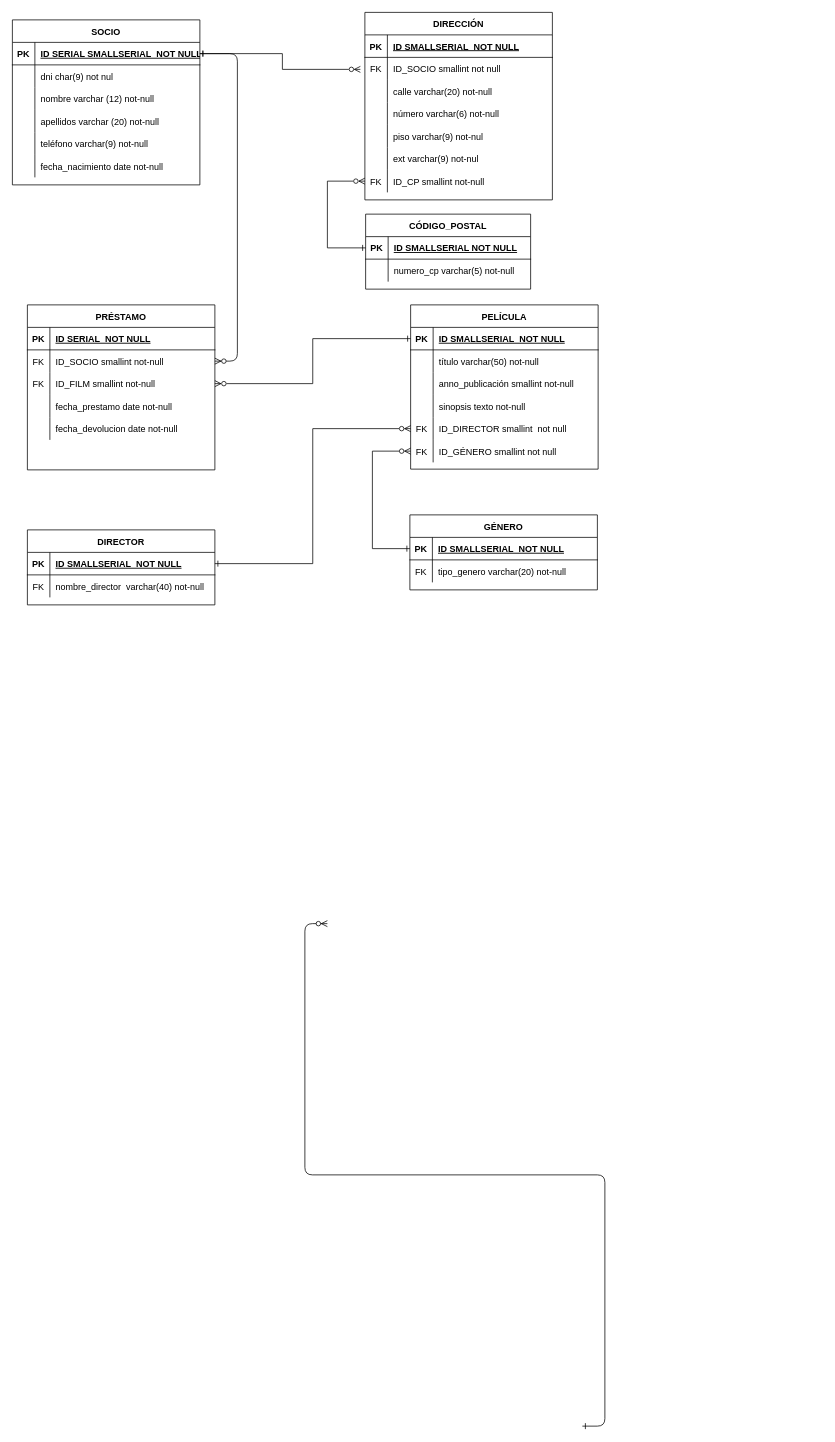
Darrlop/SQL-y-Modelado-De-Datos keeps this draw.io diagram as videoclub.drawio. Above is the earlier version. Source tidied: cells renumbered, new cells numbered last; positions are measured from the earlier drawing's top-left corner, leaving out a move shared by most shapes. Both pictures are drawn from the tidied source at 75%, with x=0, y=0 at pixel (12, 12).
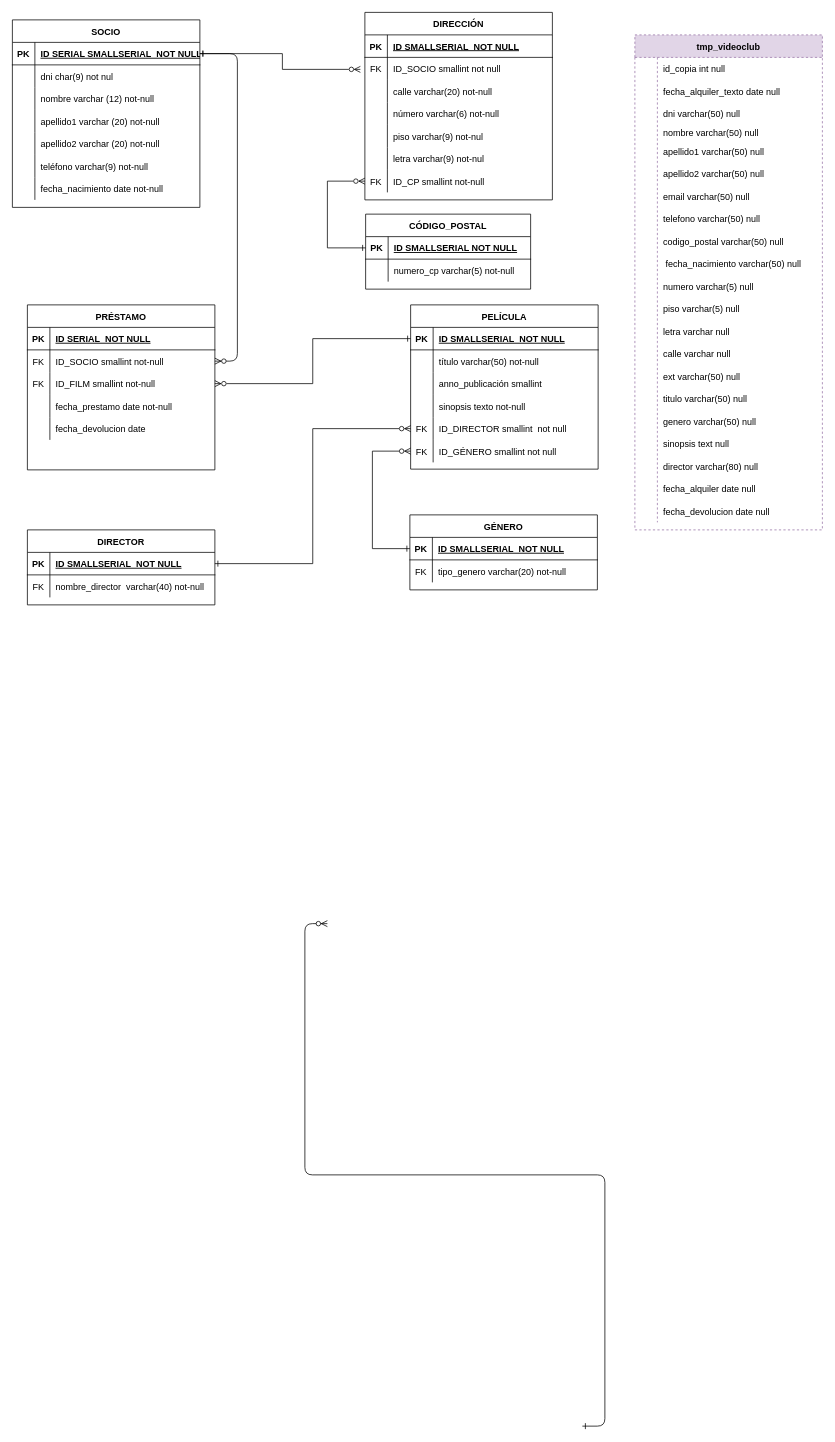
The same diagram, later.

Commit message:
Diagrama versión final

The change refers to these unchanged cells:
```xml
<mxCell id="13" style="shape=partialRectangle;fillColor=none;top=0;left=0;right=0;bottom=0;" parent="3" vertex="1">
  <mxGeometry y="120" width="250" height="30" as="geometry" />
</mxCell>
<mxCell id="38" style="shape=partialRectangle;fillColor=none;top=0;left=0;right=0;bottom=0;" parent="22" vertex="1">
  <mxGeometry y="180" width="250" height="30" as="geometry" />
</mxCell>
<mxCell id="51" style="shape=partialRectangle;fillColor=none;top=0;left=0;right=0;bottom=0;" parent="44" vertex="1">
  <mxGeometry y="90" width="250" height="30" as="geometry" />
</mxCell>
<mxCell id="76" style="shape=partialRectangle;fillColor=none;top=0;left=0;right=0;bottom=0;" parent="63" vertex="1">
  <mxGeometry y="150" width="250" height="30" as="geometry" />
</mxCell>
```

Change to the diagram source:
```diff
@@
     <mxCell id="3" value="SOCIO" style="shape=table;startSize=30;childLayout=tableLayout;rowLines=0;fontStyle=1;align=center;" parent="1" vertex="1">
-      <mxGeometry y="10" width="250" height="220" as="geometry" />
+      <mxGeometry y="10" width="250" height="250" as="geometry" />
     </mxCell>
@@
-    <mxCell id="15" value="apellidos varchar (20)  not-null" style="shape=partialRectangle;overflow=hidden;fillColor=none;top=0;left=0;bottom=0;right=0;align=left;spacingLeft=6;" parent="13" vertex="1">
+    <mxCell id="15" value="apellido1 varchar (20)  not-null" style="shape=partialRectangle;overflow=hidden;fillColor=none;top=0;left=0;bottom=0;right=0;align=left;spacingLeft=6;" parent="13" vertex="1">
       <mxGeometry x="30" width="220" height="30" as="geometry" />
     </mxCell>
+    <mxCell id="106" style="shape=partialRectangle;fillColor=none;top=0;left=0;right=0;bottom=0;" parent="3" vertex="1">
+      <mxGeometry y="150" width="250" height="30" as="geometry" />
+    </mxCell>
+    <mxCell id="107" style="shape=partialRectangle;overflow=hidden;fillColor=none;top=0;left=0;bottom=0;right=0;" parent="106" vertex="1">
+      <mxGeometry width="30" height="30" as="geometry" />
+    </mxCell>
+    <mxCell id="108" value="apellido2 varchar (20)  not-null" style="shape=partialRectangle;overflow=hidden;fillColor=none;top=0;left=0;bottom=0;right=0;align=left;spacingLeft=6;" parent="106" vertex="1">
+      <mxGeometry x="30" width="220" height="30" as="geometry" />
+    </mxCell>
     <mxCell id="16" style="shape=partialRectangle;fillColor=none;top=0;left=0;right=0;bottom=0;" parent="3" vertex="1">
-      <mxGeometry y="150" width="250" height="30" as="geometry" />
+      <mxGeometry y="180" width="250" height="30" as="geometry" />
     </mxCell>
@@
     <mxCell id="19" style="shape=partialRectangle;fillColor=none;top=0;left=0;right=0;bottom=0;" parent="3" vertex="1">
-      <mxGeometry y="180" width="250" height="30" as="geometry" />
+      <mxGeometry y="210" width="250" height="30" as="geometry" />
     </mxCell>
@@
-    <mxCell id="40" value="ext varchar(9) not-nul" style="shape=partialRectangle;overflow=hidden;fillColor=none;top=0;left=0;bottom=0;right=0;align=left;spacingLeft=6;" parent="38" vertex="1">
+    <mxCell id="40" value="letra varchar(9) not-nul" style="shape=partialRectangle;overflow=hidden;fillColor=none;top=0;left=0;bottom=0;right=0;align=left;spacingLeft=6;" parent="38" vertex="1">
       <mxGeometry x="30" width="220" height="30" as="geometry" />
     </mxCell>
@@
-    <mxCell id="53" value="anno_publicación smallint not-null" style="shape=partialRectangle;overflow=hidden;fillColor=none;top=0;left=0;bottom=0;right=0;align=left;spacingLeft=6;" parent="51" vertex="1">
+    <mxCell id="53" value="anno_publicación smallint" style="shape=partialRectangle;overflow=hidden;fillColor=none;top=0;left=0;bottom=0;right=0;align=left;spacingLeft=6;" parent="51" vertex="1">
       <mxGeometry x="30" width="220" height="30" as="geometry" />
     </mxCell>
@@
-    <mxCell id="78" value="fecha_devolucion date not-null" style="shape=partialRectangle;overflow=hidden;fillColor=none;top=0;left=0;bottom=0;right=0;align=left;spacingLeft=6;" parent="76" vertex="1">
+    <mxCell id="78" value="fecha_devolucion date" style="shape=partialRectangle;overflow=hidden;fillColor=none;top=0;left=0;bottom=0;right=0;align=left;spacingLeft=6;" parent="76" vertex="1">
       <mxGeometry x="30" width="220" height="30" as="geometry" />
     </mxCell>
@@
+    <mxCell id="109" value="tmp_videoclub" style="shape=table;startSize=30;childLayout=tableLayout;rowLines=0;fontStyle=1;align=center;fillColor=#e1d5e7;strokeColor=#9673a6;dashed=1;" parent="1" vertex="1">
+      <mxGeometry x="830" y="30" width="250" height="660" as="geometry" />
+    </mxCell>
+    <mxCell id="110" style="shape=partialRectangle;fillColor=none;top=0;left=0;right=0;bottom=0;" parent="109" vertex="1">
+      <mxGeometry y="30" width="250" height="30" as="geometry" />
+    </mxCell>
+    <mxCell id="111" style="shape=partialRectangle;overflow=hidden;fillColor=none;top=0;left=0;bottom=0;right=0;" parent="110" vertex="1">
+      <mxGeometry width="30" height="30" as="geometry" />
+    </mxCell>
+    <mxCell id="112" value="id_copia int null" style="shape=partialRectangle;overflow=hidden;fillColor=none;top=0;left=0;bottom=0;right=0;align=left;spacingLeft=6;" parent="110" vertex="1">
+      <mxGeometry x="30" width="220" height="30" as="geometry" />
+    </mxCell>
+    <mxCell id="113" style="shape=partialRectangle;fillColor=none;top=0;left=0;right=0;bottom=0;" parent="109" vertex="1">
+      <mxGeometry y="60" width="250" height="30" as="geometry" />
+    </mxCell>
+    <mxCell id="114" value=" " style="shape=partialRectangle;overflow=hidden;fillColor=none;top=0;left=0;bottom=0;right=0;" parent="113" vertex="1">
+      <mxGeometry width="30" height="30" as="geometry" />
+    </mxCell>
+    <mxCell id="115" value="fecha_alquiler_texto date null" style="shape=partialRectangle;overflow=hidden;fillColor=none;top=0;left=0;bottom=0;right=0;align=left;spacingLeft=6;" parent="113" vertex="1">
+      <mxGeometry x="30" width="220" height="30" as="geometry" />
+    </mxCell>
+    <mxCell id="116" style="shape=partialRectangle;fillColor=none;top=0;left=0;right=0;bottom=0;" parent="109" vertex="1">
+      <mxGeometry y="90" width="250" height="30" as="geometry" />
+    </mxCell>
+    <mxCell id="117" style="shape=partialRectangle;overflow=hidden;fillColor=none;top=0;left=0;bottom=0;right=0;" parent="116" vertex="1">
+      <mxGeometry width="30" height="30" as="geometry" />
+    </mxCell>
+    <mxCell id="118" value="dni varchar(50) null" style="shape=partialRectangle;overflow=hidden;fillColor=none;top=0;left=0;bottom=0;right=0;align=left;spacingLeft=6;" parent="116" vertex="1">
+      <mxGeometry x="30" width="220" height="30" as="geometry" />
+    </mxCell>
+    <mxCell id="119" style="shape=partialRectangle;fillColor=none;top=0;left=0;right=0;bottom=0;" parent="109" vertex="1">
+      <mxGeometry y="120" width="250" height="20" as="geometry" />
+    </mxCell>
+    <mxCell id="120" style="shape=partialRectangle;overflow=hidden;fillColor=none;top=0;left=0;bottom=0;right=0;" parent="119" vertex="1">
+      <mxGeometry width="30" height="20" as="geometry" />
+    </mxCell>
+    <mxCell id="121" value="nombre varchar(50) null" style="shape=partialRectangle;overflow=hidden;fillColor=none;top=0;left=0;bottom=0;right=0;align=left;spacingLeft=6;" parent="119" vertex="1">
+      <mxGeometry x="30" width="220" height="20" as="geometry" />
+    </mxCell>
+    <mxCell id="122" style="shape=partialRectangle;fillColor=none;top=0;left=0;right=0;bottom=0;" parent="109" vertex="1">
+      <mxGeometry y="140" width="250" height="30" as="geometry" />
+    </mxCell>
+    <mxCell id="123" style="shape=partialRectangle;overflow=hidden;fillColor=none;top=0;left=0;bottom=0;right=0;" parent="122" vertex="1">
+      <mxGeometry width="30" height="30" as="geometry" />
+    </mxCell>
+    <mxCell id="124" value="apellido1 varchar(50) null" style="shape=partialRectangle;overflow=hidden;fillColor=none;top=0;left=0;bottom=0;right=0;align=left;spacingLeft=6;" parent="122" vertex="1">
+      <mxGeometry x="30" width="220" height="30" as="geometry" />
+    </mxCell>
+    <mxCell id="125" style="shape=partialRectangle;fillColor=none;top=0;left=0;right=0;bottom=0;" parent="109" vertex="1">
+      <mxGeometry y="170" width="250" height="30" as="geometry" />
+    </mxCell>
+    <mxCell id="126" style="shape=partialRectangle;overflow=hidden;fillColor=none;top=0;left=0;bottom=0;right=0;" parent="125" vertex="1">
+      <mxGeometry width="30" height="30" as="geometry" />
+    </mxCell>
+    <mxCell id="127" value="apellido2 varchar(50) null" style="shape=partialRectangle;overflow=hidden;fillColor=none;top=0;left=0;bottom=0;right=0;align=left;spacingLeft=6;" parent="125" vertex="1">
+      <mxGeometry x="30" width="220" height="30" as="geometry" />
+    </mxCell>
+    <mxCell id="128" style="shape=partialRectangle;fillColor=none;top=0;left=0;right=0;bottom=0;" parent="109" vertex="1">
+      <mxGeometry y="200" width="250" height="30" as="geometry" />
+    </mxCell>
+    <mxCell id="129" style="shape=partialRectangle;overflow=hidden;fillColor=none;top=0;left=0;bottom=0;right=0;" parent="128" vertex="1">
+      <mxGeometry width="30" height="30" as="geometry" />
+    </mxCell>
+    <mxCell id="130" value="email varchar(50) null" style="shape=partialRectangle;overflow=hidden;fillColor=none;top=0;left=0;bottom=0;right=0;align=left;spacingLeft=6;" parent="128" vertex="1">
+      <mxGeometry x="30" width="220" height="30" as="geometry" />
+    </mxCell>
+    <mxCell id="131" style="shape=partialRectangle;fillColor=none;top=0;left=0;right=0;bottom=0;" parent="109" vertex="1">
+      <mxGeometry y="230" width="250" height="30" as="geometry" />
+    </mxCell>
+    <mxCell id="132" style="shape=partialRectangle;overflow=hidden;fillColor=none;top=0;left=0;bottom=0;right=0;" parent="131" vertex="1">
+      <mxGeometry width="30" height="30" as="geometry" />
+    </mxCell>
+    <mxCell id="133" value="telefono varchar(50) null" style="shape=partialRectangle;overflow=hidden;fillColor=none;top=0;left=0;bottom=0;right=0;align=left;spacingLeft=6;" parent="131" vertex="1">
+      <mxGeometry x="30" width="220" height="30" as="geometry" />
+    </mxCell>
+    <mxCell id="134" style="shape=partialRectangle;fillColor=none;top=0;left=0;right=0;bottom=0;" parent="109" vertex="1">
+      <mxGeometry y="260" width="250" height="30" as="geometry" />
+    </mxCell>
+    <mxCell id="135" style="shape=partialRectangle;overflow=hidden;fillColor=none;top=0;left=0;bottom=0;right=0;" parent="134" vertex="1">
+      <mxGeometry width="30" height="30" as="geometry" />
+    </mxCell>
+    <mxCell id="136" value="codigo_postal varchar(50) null" style="shape=partialRectangle;overflow=hidden;fillColor=none;top=0;left=0;bottom=0;right=0;align=left;spacingLeft=6;" parent="134" vertex="1">
+      <mxGeometry x="30" width="220" height="30" as="geometry" />
+    </mxCell>
+    <mxCell id="137" style="shape=partialRectangle;fillColor=none;top=0;left=0;right=0;bottom=0;" parent="109" vertex="1">
+      <mxGeometry y="290" width="250" height="30" as="geometry" />
+    </mxCell>
+    <mxCell id="138" style="shape=partialRectangle;overflow=hidden;fillColor=none;top=0;left=0;bottom=0;right=0;" parent="137" vertex="1">
+      <mxGeometry width="30" height="30" as="geometry" />
+    </mxCell>
+    <mxCell id="139" value=" fecha_nacimiento varchar(50) null" style="shape=partialRectangle;overflow=hidden;fillColor=none;top=0;left=0;bottom=0;right=0;align=left;spacingLeft=6;" parent="137" vertex="1">
+      <mxGeometry x="30" width="220" height="30" as="geometry" />
+    </mxCell>
+    <mxCell id="140" style="shape=partialRectangle;fillColor=none;top=0;left=0;right=0;bottom=0;" parent="109" vertex="1">
+      <mxGeometry y="320" width="250" height="30" as="geometry" />
+    </mxCell>
+    <mxCell id="141" style="shape=partialRectangle;overflow=hidden;fillColor=none;top=0;left=0;bottom=0;right=0;" parent="140" vertex="1">
+      <mxGeometry width="30" height="30" as="geometry" />
+    </mxCell>
+    <mxCell id="142" value="numero varchar(5) null" style="shape=partialRectangle;overflow=hidden;fillColor=none;top=0;left=0;bottom=0;right=0;align=left;spacingLeft=6;" parent="140" vertex="1">
+      <mxGeometry x="30" width="220" height="30" as="geometry" />
+    </mxCell>
+    <mxCell id="143" style="shape=partialRectangle;fillColor=none;top=0;left=0;right=0;bottom=0;" parent="109" vertex="1">
+      <mxGeometry y="350" width="250" height="30" as="geometry" />
+    </mxCell>
+    <mxCell id="144" style="shape=partialRectangle;overflow=hidden;fillColor=none;top=0;left=0;bottom=0;right=0;" parent="143" vertex="1">
+      <mxGeometry width="30" height="30" as="geometry" />
+    </mxCell>
+    <mxCell id="145" value="piso varchar(5) null" style="shape=partialRectangle;overflow=hidden;fillColor=none;top=0;left=0;bottom=0;right=0;align=left;spacingLeft=6;" parent="143" vertex="1">
+      <mxGeometry x="30" width="220" height="30" as="geometry" />
+    </mxCell>
+    <mxCell id="146" style="shape=partialRectangle;fillColor=none;top=0;left=0;right=0;bottom=0;" parent="109" vertex="1">
+      <mxGeometry y="380" width="250" height="30" as="geometry" />
+    </mxCell>
+    <mxCell id="147" style="shape=partialRectangle;overflow=hidden;fillColor=none;top=0;left=0;bottom=0;right=0;" parent="146" vertex="1">
+      <mxGeometry width="30" height="30" as="geometry" />
+    </mxCell>
+    <mxCell id="148" value="letra varchar null" style="shape=partialRectangle;overflow=hidden;fillColor=none;top=0;left=0;bottom=0;right=0;align=left;spacingLeft=6;" parent="146" vertex="1">
+      <mxGeometry x="30" width="220" height="30" as="geometry" />
+    </mxCell>
+    <mxCell id="149" style="shape=partialRectangle;fillColor=none;top=0;left=0;right=0;bottom=0;" parent="109" vertex="1">
+      <mxGeometry y="410" width="250" height="30" as="geometry" />
+    </mxCell>
+    <mxCell id="150" style="shape=partialRectangle;overflow=hidden;fillColor=none;top=0;left=0;bottom=0;right=0;" parent="149" vertex="1">
+      <mxGeometry width="30" height="30" as="geometry" />
+    </mxCell>
+    <mxCell id="151" value="calle varchar null" style="shape=partialRectangle;overflow=hidden;fillColor=none;top=0;left=0;bottom=0;right=0;align=left;spacingLeft=6;" parent="149" vertex="1">
+      <mxGeometry x="30" width="220" height="30" as="geometry" />
+    </mxCell>
+    <mxCell id="152" style="shape=partialRectangle;fillColor=none;top=0;left=0;right=0;bottom=0;" parent="109" vertex="1">
+      <mxGeometry y="440" width="250" height="30" as="geometry" />
+    </mxCell>
+    <mxCell id="153" style="shape=partialRectangle;overflow=hidden;fillColor=none;top=0;left=0;bottom=0;right=0;" parent="152" vertex="1">
+      <mxGeometry width="30" height="30" as="geometry" />
+    </mxCell>
+    <mxCell id="154" value="ext varchar(50) null" style="shape=partialRectangle;overflow=hidden;fillColor=none;top=0;left=0;bottom=0;right=0;align=left;spacingLeft=6;" parent="152" vertex="1">
+      <mxGeometry x="30" width="220" height="30" as="geometry" />
+    </mxCell>
+    <mxCell id="155" style="shape=partialRectangle;fillColor=none;top=0;left=0;right=0;bottom=0;" parent="109" vertex="1">
+      <mxGeometry y="470" width="250" height="30" as="geometry" />
+    </mxCell>
+    <mxCell id="156" style="shape=partialRectangle;overflow=hidden;fillColor=none;top=0;left=0;bottom=0;right=0;" parent="155" vertex="1">
+      <mxGeometry width="30" height="30" as="geometry" />
+    </mxCell>
+    <mxCell id="157" value="titulo varchar(50) null" style="shape=partialRectangle;overflow=hidden;fillColor=none;top=0;left=0;bottom=0;right=0;align=left;spacingLeft=6;" parent="155" vertex="1">
+      <mxGeometry x="30" width="220" height="30" as="geometry" />
+    </mxCell>
+    <mxCell id="158" style="shape=partialRectangle;fillColor=none;top=0;left=0;right=0;bottom=0;" parent="109" vertex="1">
+      <mxGeometry y="500" width="250" height="30" as="geometry" />
+    </mxCell>
+    <mxCell id="159" style="shape=partialRectangle;overflow=hidden;fillColor=none;top=0;left=0;bottom=0;right=0;" parent="158" vertex="1">
+      <mxGeometry width="30" height="30" as="geometry" />
+    </mxCell>
+    <mxCell id="160" value="genero varchar(50) null" style="shape=partialRectangle;overflow=hidden;fillColor=none;top=0;left=0;bottom=0;right=0;align=left;spacingLeft=6;" parent="158" vertex="1">
+      <mxGeometry x="30" width="220" height="30" as="geometry" />
+    </mxCell>
+    <mxCell id="161" style="shape=partialRectangle;fillColor=none;top=0;left=0;right=0;bottom=0;" parent="109" vertex="1">
+      <mxGeometry y="530" width="250" height="30" as="geometry" />
+    </mxCell>
+    <mxCell id="162" style="shape=partialRectangle;overflow=hidden;fillColor=none;top=0;left=0;bottom=0;right=0;" parent="161" vertex="1">
+      <mxGeometry width="30" height="30" as="geometry" />
+    </mxCell>
+    <mxCell id="163" value="sinopsis text null" style="shape=partialRectangle;overflow=hidden;fillColor=none;top=0;left=0;bottom=0;right=0;align=left;spacingLeft=6;" parent="161" vertex="1">
+      <mxGeometry x="30" width="220" height="30" as="geometry" />
+    </mxCell>
+    <mxCell id="164" style="shape=partialRectangle;fillColor=none;top=0;left=0;right=0;bottom=0;" parent="109" vertex="1">
+      <mxGeometry y="560" width="250" height="30" as="geometry" />
+    </mxCell>
+    <mxCell id="165" style="shape=partialRectangle;overflow=hidden;fillColor=none;top=0;left=0;bottom=0;right=0;" parent="164" vertex="1">
+      <mxGeometry width="30" height="30" as="geometry" />
+    </mxCell>
+    <mxCell id="166" value="director varchar(80) null" style="shape=partialRectangle;overflow=hidden;fillColor=none;top=0;left=0;bottom=0;right=0;align=left;spacingLeft=6;" parent="164" vertex="1">
+      <mxGeometry x="30" width="220" height="30" as="geometry" />
+    </mxCell>
+    <mxCell id="167" style="shape=partialRectangle;fillColor=none;top=0;left=0;right=0;bottom=0;" parent="109" vertex="1">
+      <mxGeometry y="590" width="250" height="30" as="geometry" />
+    </mxCell>
+    <mxCell id="168" style="shape=partialRectangle;overflow=hidden;fillColor=none;top=0;left=0;bottom=0;right=0;" parent="167" vertex="1">
+      <mxGeometry width="30" height="30" as="geometry" />
+    </mxCell>
+    <mxCell id="169" value="fecha_alquiler date null" style="shape=partialRectangle;overflow=hidden;fillColor=none;top=0;left=0;bottom=0;right=0;align=left;spacingLeft=6;" parent="167" vertex="1">
+      <mxGeometry x="30" width="220" height="30" as="geometry" />
+    </mxCell>
+    <mxCell id="170" style="shape=partialRectangle;fillColor=none;top=0;left=0;right=0;bottom=0;" parent="109" vertex="1">
+      <mxGeometry y="620" width="250" height="30" as="geometry" />
+    </mxCell>
+    <mxCell id="171" style="shape=partialRectangle;overflow=hidden;fillColor=none;top=0;left=0;bottom=0;right=0;" parent="170" vertex="1">
+      <mxGeometry width="30" height="30" as="geometry" />
+    </mxCell>
+    <mxCell id="172" value="fecha_devolucion date null" style="shape=partialRectangle;overflow=hidden;fillColor=none;top=0;left=0;bottom=0;right=0;align=left;spacingLeft=6;" parent="170" vertex="1">
+      <mxGeometry x="30" width="220" height="30" as="geometry" />
+    </mxCell>
```
